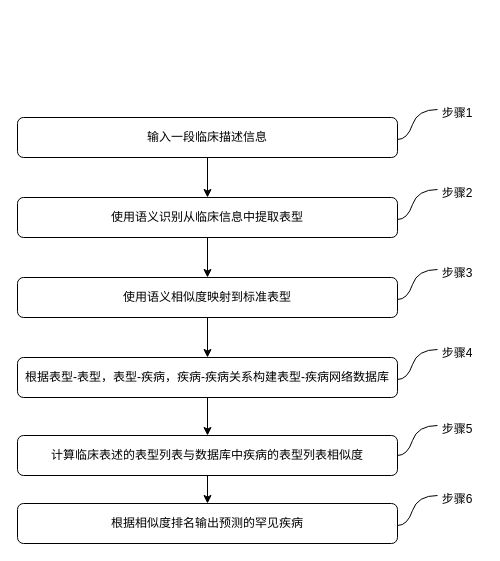
The draw.io diagram 未命名绘图.drawio in 1374219958/peopleface, before the edit. Source tidied: cells renumbered, new cells numbered last; positions are measured from the earlier drawing's top-left corner, leaving out a move shared by most shapes. Both pictures are drawn from the tidied source at 100%, with x=0, y=0 at pixel (17, 97).
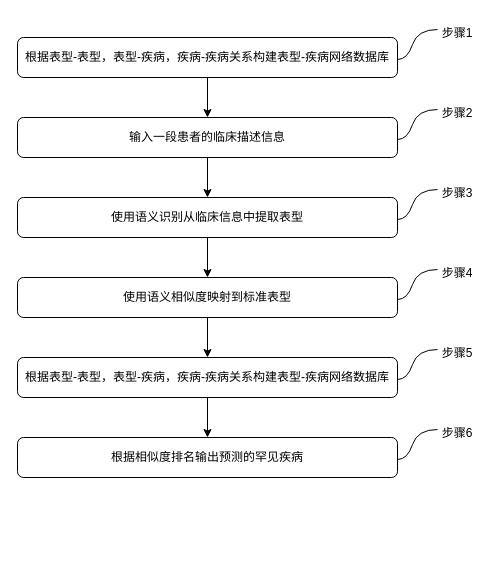
Above is the later version.

Commit message:
更新未命名绘图.drawio

The change refers to these unchanged cells:
```xml
<mxCell id="9" value="根据表型-表型，表型-疾病，疾病-疾病关系构建表型-疾病网络数据库" style="rounded=1;whiteSpace=wrap;fontSize=12;glass=0;strokeWidth=1;shadow=0;" parent="1" vertex="1">
  <mxGeometry y="260" width="380" height="40" as="geometry" />
</mxCell>
```

Change to the diagram source:
```diff
@@
-    <mxCell id="3" value="输入一段临床描述信息" style="rounded=1;whiteSpace=wrap;fontSize=12;glass=0;strokeWidth=1;shadow=0;" parent="1" vertex="1">
+    <mxCell id="3" value="输入一段患者的临床描述信息" style="rounded=1;whiteSpace=wrap;fontSize=12;glass=0;strokeWidth=1;shadow=0;" parent="1" vertex="1">
       <mxGeometry y="20" width="380" height="40" as="geometry" />
     </mxCell>
@@
-    <mxCell id="8" style="edgeStyle=orthogonalEdgeStyle;rounded=0;jettySize=auto;entryX=0.5;entryY=0;entryDx=0;entryDy=0;" parent="1" edge="1" source="9" target="11">
-      <mxGeometry relative="1" as="geometry" />
-    </mxCell>
+    <mxCell id="25" style="edgeStyle=orthogonalEdgeStyle;rounded=0;jettySize=auto;html=1;" parent="1" edge="1" source="9" target="22">
+      <mxGeometry relative="1" as="geometry" />
+    </mxCell>
@@
-    <mxCell id="10" style="edgeStyle=orthogonalEdgeStyle;rounded=0;jettySize=auto;" parent="1" edge="1" source="11" target="22">
-      <mxGeometry relative="1" as="geometry" />
-    </mxCell>
-    <mxCell id="11" value="计算临床表述的表型列表与数据库中疾病的表型列表相似度" style="rounded=1;whiteSpace=wrap;fontSize=12;glass=0;strokeWidth=1;shadow=0;" parent="1" vertex="1">
-      <mxGeometry y="338" width="380" height="40" as="geometry" />
-    </mxCell>
-    <mxCell id="12" style="endArrow=none;curved=1;" parent="1" edge="1">
-      <mxGeometry relative="1" as="geometry">
-        <mxPoint x="380" y="358" as="sourcePoint" />
-        <mxPoint x="420" y="328" as="targetPoint" />
-        <Array as="points">
-          <mxPoint x="390" y="358" />
-          <mxPoint x="400" y="328" />
-        </Array>
-      </mxGeometry>
-    </mxCell>
-    <mxCell id="13" value="步骤5" style="text;align=center;verticalAlign=middle;strokeColor=none;fillColor=none;" parent="1" vertex="1">
-      <mxGeometry x="415" y="316" width="50" height="30" as="geometry" />
-    </mxCell>
@@
-    <mxCell id="15" value="步骤1" style="text;align=center;verticalAlign=middle;strokeColor=none;fillColor=none;" parent="1" vertex="1">
+    <mxCell id="15" value="步骤2" style="text;align=center;verticalAlign=middle;strokeColor=none;fillColor=none;" parent="1" vertex="1">
       <mxGeometry x="415" width="50" height="30" as="geometry" />
     </mxCell>
@@
-    <mxCell id="17" value="步骤2" style="text;align=center;verticalAlign=middle;strokeColor=none;fillColor=none;" parent="1" vertex="1">
+    <mxCell id="17" value="步骤3" style="text;align=center;verticalAlign=middle;strokeColor=none;fillColor=none;" parent="1" vertex="1">
       <mxGeometry x="415" y="80" width="50" height="30" as="geometry" />
     </mxCell>
@@
-    <mxCell id="19" value="步骤3" style="text;align=center;verticalAlign=middle;strokeColor=none;fillColor=none;" parent="1" vertex="1">
+    <mxCell id="19" value="步骤4" style="text;align=center;verticalAlign=middle;strokeColor=none;fillColor=none;" parent="1" vertex="1">
       <mxGeometry x="415" y="160" width="50" height="30" as="geometry" />
     </mxCell>
@@
-    <mxCell id="21" value="步骤4" style="text;align=center;verticalAlign=middle;strokeColor=none;fillColor=none;" parent="1" vertex="1">
+    <mxCell id="21" value="步骤5" style="text;align=center;verticalAlign=middle;strokeColor=none;fillColor=none;" parent="1" vertex="1">
       <mxGeometry x="415" y="240" width="50" height="30" as="geometry" />
     </mxCell>
     <mxCell id="22" value="根据相似度排名输出预测的罕见疾病" style="rounded=1;whiteSpace=wrap;fontSize=12;glass=0;strokeWidth=1;shadow=0;" parent="1" vertex="1">
-      <mxGeometry y="406" width="380" height="40" as="geometry" />
+      <mxGeometry y="340" width="380" height="40" as="geometry" />
     </mxCell>
     <mxCell id="23" style="endArrow=none;curved=1;" parent="1" edge="1">
       <mxGeometry relative="1" as="geometry">
-        <mxPoint x="380" y="428" as="sourcePoint" />
-        <mxPoint x="420" y="398" as="targetPoint" />
+        <mxPoint x="380" y="362" as="sourcePoint" />
+        <mxPoint x="420" y="332" as="targetPoint" />
         <Array as="points">
-          <mxPoint x="390" y="428" />
-          <mxPoint x="400" y="398" />
+          <mxPoint x="390" y="362" />
+          <mxPoint x="400" y="332" />
         </Array>
       </mxGeometry>
     </mxCell>
     <mxCell id="24" value="步骤6" style="text;align=center;verticalAlign=middle;strokeColor=none;fillColor=none;" parent="1" vertex="1">
-      <mxGeometry x="415" y="386" width="50" height="30" as="geometry" />
+      <mxGeometry x="415" y="320" width="50" height="30" as="geometry" />
     </mxCell>
+    <mxCell id="26" style="edgeStyle=orthogonalEdgeStyle;rounded=0;jettySize=auto;html=1;" parent="1" edge="1" source="27" target="3">
+      <mxGeometry relative="1" as="geometry" />
+    </mxCell>
+    <mxCell id="27" value="根据表型-表型，表型-疾病，疾病-疾病关系构建表型-疾病网络数据库" style="rounded=1;whiteSpace=wrap;fontSize=12;glass=0;strokeWidth=1;shadow=0;" parent="1" vertex="1">
+      <mxGeometry y="-60" width="380" height="40" as="geometry" />
+    </mxCell>
+    <mxCell id="28" style="endArrow=none;curved=1;" parent="1" edge="1">
+      <mxGeometry relative="1" as="geometry">
+        <mxPoint x="380" y="-38" as="sourcePoint" />
+        <mxPoint x="420" y="-68" as="targetPoint" />
+        <Array as="points">
+          <mxPoint x="390" y="-38" />
+          <mxPoint x="400" y="-68" />
+        </Array>
+      </mxGeometry>
+    </mxCell>
+    <mxCell id="29" value="步骤1" style="text;align=center;verticalAlign=middle;strokeColor=none;fillColor=none;" parent="1" vertex="1">
+      <mxGeometry x="415" y="-80" width="50" height="30" as="geometry" />
+    </mxCell>
```
